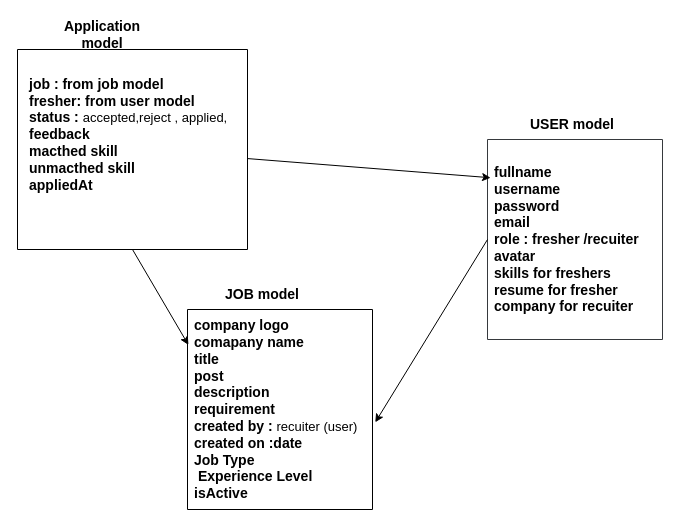
Earlier version of the draw.io diagram Mapping/models.Mapping.drawio (aymansiddiqui2006/Skillsync---job-portal-for-freshers). Source tidied: cells renumbered, new cells numbered last; positions are measured from the earlier drawing's top-left corner, leaving out a move shared by most shapes. Both pictures are drawn from the tidied source at 100%, with x=0, y=0 at pixel (17, 19).
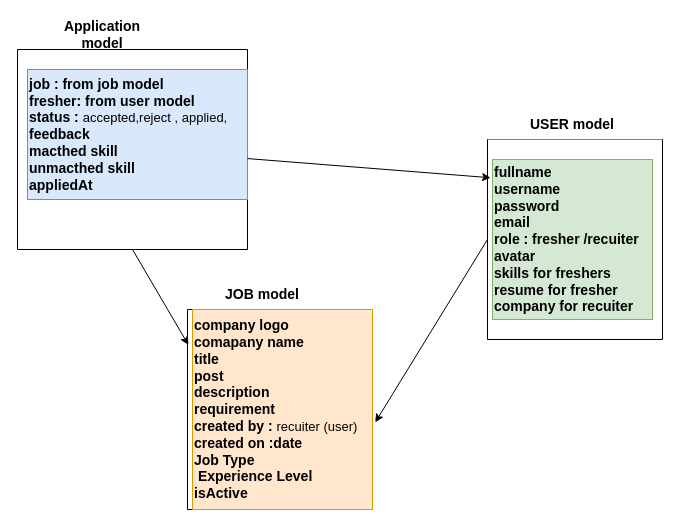
The same page after the edit.

Commit message (it also covers changes not shown here):
Add ApiError class, update user model with default role, and modify draw.io diagram

Change to the diagram source:
```diff
@@
 <mxGraphModel>
   <root>
     <mxCell id="0" />
     <mxCell id="1" parent="0" />
-    <mxCell id="2" style="swimlane;startSize=0;labelBackgroundColor=#F0FFE7;labelBorderColor=none;fillColor=#cce5ff;strokeColor=#36393d;fillStyle=hatch;" parent="1" vertex="1">
+    <mxCell id="2" style="swimlane;startSize=0;labelBackgroundColor=#F0FFE7;labelBorderColor=none;fillColor=#ffe6cc;strokeColor=default;fillStyle=auto;swimlaneFillColor=default;" parent="1" vertex="1">
       <mxGeometry x="470" y="120" width="175" height="200" as="geometry" />
     </mxCell>
-    <mxCell id="3" value="fullname&lt;div&gt;username&lt;/div&gt;&lt;div&gt;password&lt;/div&gt;&lt;div&gt;email&lt;/div&gt;&lt;div&gt;role : fresher /recuiter&lt;/div&gt;&lt;div&gt;avatar&amp;nbsp;&lt;/div&gt;&lt;div&gt;skills for freshers&lt;/div&gt;&lt;div&gt;resume for fresher&lt;/div&gt;&lt;div&gt;company for recuiter&lt;/div&gt;" style="text;html=1;align=left;verticalAlign=middle;points=[];strokeColor=none;fillColor=none;fontSize=14;fontStyle=1;" parent="2" vertex="1">
+    <mxCell id="3" value="fullname&lt;div&gt;username&lt;/div&gt;&lt;div&gt;password&lt;/div&gt;&lt;div&gt;email&lt;/div&gt;&lt;div&gt;role : fresher /recuiter&lt;/div&gt;&lt;div&gt;avatar&amp;nbsp;&lt;/div&gt;&lt;div&gt;skills for freshers&lt;/div&gt;&lt;div&gt;resume for fresher&lt;/div&gt;&lt;div&gt;company for recuiter&lt;/div&gt;" style="text;html=1;align=left;verticalAlign=middle;points=[];strokeColor=#82b366;fillColor=#d5e8d4;fontSize=14;fontStyle=1;" parent="2" vertex="1">
       <mxGeometry x="5" y="20" width="160" height="160" as="geometry" />
     </mxCell>
     <mxCell id="4" value="&lt;font&gt;&lt;b&gt;USER model&lt;/b&gt;&lt;/font&gt;" style="text;html=1;align=center;verticalAlign=middle;whiteSpace=wrap;rounded=0;fontSize=14;" parent="1" vertex="1">
       <mxGeometry x="510" y="90" width="90" height="30" as="geometry" />
     </mxCell>
     <mxCell id="5" style="swimlane;startSize=0;" parent="1" vertex="1">
       <mxGeometry x="170" y="290" width="185" height="200" as="geometry" />
     </mxCell>
-    <mxCell id="6" value="company logo&lt;div&gt;&lt;font color=&quot;#000000&quot;&gt;comapany name&lt;br&gt;&lt;/font&gt;&lt;div&gt;title&lt;/div&gt;&lt;div&gt;post&lt;/div&gt;&lt;div&gt;description&lt;/div&gt;&lt;div&gt;requirement&lt;/div&gt;&lt;div&gt;created by : &lt;font style=&quot;font-size: 13px; font-weight: normal;&quot;&gt;recuiter (user)&lt;/font&gt;&lt;/div&gt;&lt;div&gt;created on :date&lt;/div&gt;&lt;div&gt;Job Type&lt;/div&gt;&lt;/div&gt;&lt;div&gt;&amp;nbsp;Experience Level&amp;nbsp;&lt;/div&gt;&lt;div&gt;isActive&lt;/div&gt;" style="text;html=1;align=left;verticalAlign=middle;strokeColor=none;fillColor=none;fontSize=14;fontStyle=1;" parent="5" vertex="1">
+    <mxCell id="6" value="company logo&lt;div&gt;&lt;font color=&quot;#000000&quot;&gt;comapany name&lt;br&gt;&lt;/font&gt;&lt;div&gt;title&lt;/div&gt;&lt;div&gt;post&lt;/div&gt;&lt;div&gt;description&lt;/div&gt;&lt;div&gt;requirement&lt;/div&gt;&lt;div&gt;created by : &lt;font style=&quot;font-size: 13px; font-weight: normal;&quot;&gt;recuiter (user)&lt;/font&gt;&lt;/div&gt;&lt;div&gt;created on :date&lt;/div&gt;&lt;div&gt;Job Type&lt;/div&gt;&lt;/div&gt;&lt;div&gt;&amp;nbsp;Experience Level&amp;nbsp;&lt;/div&gt;&lt;div&gt;isActive&lt;/div&gt;" style="text;html=1;align=left;verticalAlign=middle;strokeColor=#d79b00;fillColor=#ffe6cc;fontSize=14;fontStyle=1;" parent="5" vertex="1">
       <mxGeometry x="5" width="180" height="200" as="geometry" />
     </mxCell>
     <mxCell id="7" value="&lt;font&gt;&lt;b&gt;JOB model&lt;/b&gt;&lt;/font&gt;" style="text;html=1;align=center;verticalAlign=middle;whiteSpace=wrap;rounded=0;fontSize=14;" parent="1" vertex="1">
       <mxGeometry x="200" y="260" width="90" height="30" as="geometry" />
     </mxCell>
     <mxCell id="8" style="edgeStyle=none;html=1;exitX=0;exitY=0.5;exitDx=0;exitDy=0;entryX=1.015;entryY=0.564;entryDx=0;entryDy=0;entryPerimeter=0;" parent="1" edge="1" source="2" target="5">
       <mxGeometry relative="1" as="geometry" />
     </mxCell>
     <mxCell id="9" style="swimlane;startSize=0;" parent="1" vertex="1">
       <mxGeometry y="30" width="230" height="200" as="geometry" />
     </mxCell>
-    <mxCell id="10" value="job : from job model&lt;div&gt;&lt;font color=&quot;#000000&quot;&gt;fresher: from user model&lt;br&gt;&lt;/font&gt;&lt;div&gt;status : &lt;span style=&quot;font-weight: normal;&quot;&gt;&lt;font style=&quot;font-size: 13px;&quot;&gt;accepted,reject ,&amp;nbsp;applied,&lt;/font&gt;&lt;/span&gt;&lt;/div&gt;&lt;div&gt;feedback&lt;/div&gt;&lt;div&gt;macthed skill&lt;/div&gt;&lt;div&gt;unmacthed skill&lt;/div&gt;&lt;div&gt;appliedAt&lt;/div&gt;&lt;/div&gt;" style="text;html=1;align=left;verticalAlign=middle;strokeColor=none;fillColor=none;fontSize=14;fontStyle=1;" parent="9" vertex="1">
+    <mxCell id="10" value="job : from job model&lt;div&gt;&lt;font color=&quot;#000000&quot;&gt;fresher: from user model&lt;br&gt;&lt;/font&gt;&lt;div&gt;status : &lt;span style=&quot;font-weight: normal;&quot;&gt;&lt;font style=&quot;font-size: 13px;&quot;&gt;accepted,reject ,&amp;nbsp;applied,&lt;/font&gt;&lt;/span&gt;&lt;/div&gt;&lt;div&gt;feedback&lt;/div&gt;&lt;div&gt;macthed skill&lt;/div&gt;&lt;div&gt;unmacthed skill&lt;/div&gt;&lt;div&gt;appliedAt&lt;/div&gt;&lt;/div&gt;" style="text;html=1;align=left;verticalAlign=middle;strokeColor=#6c8ebf;fillColor=#dae8fc;fontSize=14;fontStyle=1;" parent="9" vertex="1">
       <mxGeometry x="10" y="20" width="220" height="130" as="geometry" />
     </mxCell>
     <mxCell id="11" value="&lt;font&gt;&lt;b&gt;Application model&lt;/b&gt;&lt;/font&gt;" style="text;html=1;align=center;verticalAlign=middle;whiteSpace=wrap;rounded=0;fontSize=14;" parent="1" vertex="1">
       <mxGeometry x="40" width="90" height="30" as="geometry" />
     </mxCell>
     <mxCell id="12" style="edgeStyle=none;html=1;entryX=0.005;entryY=0.177;entryDx=0;entryDy=0;entryPerimeter=0;exitX=0.5;exitY=1;exitDx=0;exitDy=0;" parent="1" edge="1" source="9" target="5">
       <mxGeometry relative="1" as="geometry" />
     </mxCell>
     <mxCell id="13" style="edgeStyle=none;html=1;entryX=-0.012;entryY=0.114;entryDx=0;entryDy=0;entryPerimeter=0;" parent="1" edge="1" source="9" target="3">
       <mxGeometry relative="1" as="geometry" />
     </mxCell>
   </root>
 </mxGraphModel>
```
